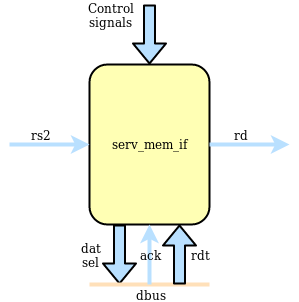
olofk/serv keeps this draw.io diagram as doc/serv_mem_if.png. Above is the earlier version. Source tidied: cells renumbered, new cells last; positions are measured from the earlier drawing's top-left corner, leaving out a move shared by most shapes. The source it was exported from:
```xml
<mxGraphModel>
  <root>
    <mxCell id="0" />
    <mxCell id="1" parent="0" />
    <mxCell id="2" value="serv_mem_if" style="rounded=1;whiteSpace=wrap;html=1;fillColor=#FFFFb4;strokeWidth=2;fontFamily=Helvetica;" parent="1" vertex="1">
      <mxGeometry x="80" y="60" width="120" height="160" as="geometry" />
    </mxCell>
    <mxCell id="3" style="shape=flexArrow;endArrow=classic;html=1;strokeColor=#000000;strokeWidth=2;fontFamily=Helvetica;fillColor=#b9e0FF;exitX=0.25;exitY=1;exitDx=0;exitDy=0;" parent="1" edge="1" source="2">
      <mxGeometry relative="1" as="geometry">
        <mxPoint x="110" y="280" as="targetPoint" />
      </mxGeometry>
    </mxCell>
    <mxCell id="4" value="&lt;div&gt;dat&lt;/div&gt;&lt;div&gt;sel&lt;br&gt;&lt;/div&gt;" style="text;html=1;align=center;verticalAlign=middle;labelBackgroundColor=#ffffff;fontFamily=Helvetica;" parent="3" vertex="1">
      <mxGeometry x="-0.62" y="-6" relative="1" as="geometry">
        <mxPoint x="-24" y="19" as="offset" />
      </mxGeometry>
    </mxCell>
    <mxCell id="5" style="endArrow=classic;html=1;fontFamily=Helvetica;strokeColor=#B9E0FF;strokeWidth=4;exitX=1;exitY=0.5;exitDx=0;exitDy=0;" parent="1" edge="1" source="2">
      <mxGeometry relative="1" as="geometry">
        <mxPoint x="280" y="140" as="targetPoint" />
      </mxGeometry>
    </mxCell>
    <mxCell id="6" value="rd" style="text;html=1;align=center;verticalAlign=middle;labelBackgroundColor=none;fontFamily=Helvetica;" parent="5" vertex="1">
      <mxGeometry x="0.55" y="-5" relative="1" as="geometry">
        <mxPoint x="-32" y="-15" as="offset" />
      </mxGeometry>
    </mxCell>
    <mxCell id="7" style="endArrow=classic;html=1;fontFamily=Helvetica;strokeColor=#B9E0FF;strokeWidth=4;entryX=0;entryY=0.5;entryDx=0;entryDy=0;" parent="1" edge="1" target="2">
      <mxGeometry relative="1" as="geometry">
        <mxPoint y="140" as="sourcePoint" />
      </mxGeometry>
    </mxCell>
    <mxCell id="8" value="rs2" style="text;html=1;align=center;verticalAlign=middle;labelBackgroundColor=none;fontFamily=Helvetica;" parent="7" vertex="1">
      <mxGeometry x="0.55" y="-5" relative="1" as="geometry">
        <mxPoint x="-32" y="-15" as="offset" />
      </mxGeometry>
    </mxCell>
    <mxCell id="9" style="endArrow=none;html=1;strokeColor=#FFE0B9;strokeWidth=4;fillColor=#b9e0FF;fontFamily=Helvetica;" parent="1" edge="1">
      <mxGeometry relative="1" as="geometry">
        <mxPoint x="80" y="280" as="sourcePoint" />
        <mxPoint x="200" y="280" as="targetPoint" />
      </mxGeometry>
    </mxCell>
    <mxCell id="10" value="dbus" style="text;html=1;align=center;verticalAlign=middle;labelBackgroundColor=#ffffff;fontFamily=Helvetica;" parent="9" vertex="1">
      <mxGeometry x="-0.48" relative="1" as="geometry">
        <mxPoint x="29" y="10" as="offset" />
      </mxGeometry>
    </mxCell>
    <mxCell id="11" style="shape=flexArrow;endArrow=classic;html=1;strokeColor=#000000;strokeWidth=2;fontFamily=Helvetica;fillColor=#b9e0FF;entryX=0.5;entryY=0;entryDx=0;entryDy=0;" parent="1" edge="1" target="2">
      <mxGeometry relative="1" as="geometry">
        <mxPoint x="140" as="sourcePoint" />
      </mxGeometry>
    </mxCell>
    <mxCell id="12" value="&lt;div&gt;Control&lt;/div&gt;&lt;div&gt;signals&lt;/div&gt;" style="text;html=1;align=center;verticalAlign=middle;labelBackgroundColor=#ffffff;fontFamily=Helvetica;" parent="11" vertex="1">
      <mxGeometry x="-0.62" y="-6" relative="1" as="geometry">
        <mxPoint x="-34" y="-1" as="offset" />
      </mxGeometry>
    </mxCell>
    <mxCell id="13" style="shape=flexArrow;endArrow=classic;html=1;strokeColor=#000000;strokeWidth=2;fontFamily=Helvetica;fillColor=#b9e0FF;entryX=0.75;entryY=1;entryDx=0;entryDy=0;" parent="1" edge="1" target="2">
      <mxGeometry relative="1" as="geometry">
        <mxPoint x="170" y="280" as="sourcePoint" />
      </mxGeometry>
    </mxCell>
    <mxCell id="14" value="rdt" style="text;html=1;align=center;verticalAlign=middle;labelBackgroundColor=#ffffff;fontFamily=Helvetica;" parent="13" vertex="1">
      <mxGeometry x="-0.62" y="-6" relative="1" as="geometry">
        <mxPoint x="14" y="-19" as="offset" />
      </mxGeometry>
    </mxCell>
    <mxCell id="15" style="endArrow=classic;html=1;fontFamily=Helvetica;strokeColor=#B9E0FF;strokeWidth=4;entryX=0.5;entryY=1;entryDx=0;entryDy=0;" parent="1" edge="1" target="2">
      <mxGeometry relative="1" as="geometry">
        <mxPoint x="140" y="280" as="sourcePoint" />
      </mxGeometry>
    </mxCell>
    <mxCell id="16" value="ack" style="text;html=1;align=center;verticalAlign=middle;labelBackgroundColor=none;fontFamily=Helvetica;" parent="15" vertex="1">
      <mxGeometry x="0.55" y="-5" relative="1" as="geometry">
        <mxPoint x="-5" y="17" as="offset" />
      </mxGeometry>
    </mxCell>
  </root>
</mxGraphModel>
```
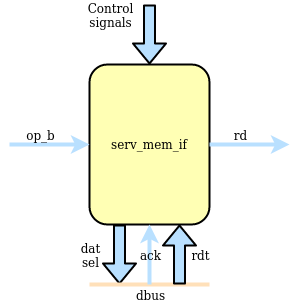
Above is the later version.

Diff of the diagram source:
```diff
@@ -30,7 +30,7 @@
         <mxPoint y="140" as="sourcePoint" />
       </mxGeometry>
     </mxCell>
-    <mxCell id="8" value="rs2" style="text;html=1;align=center;verticalAlign=middle;labelBackgroundColor=none;fontFamily=Helvetica;" parent="7" vertex="1">
+    <mxCell id="8" value="op_b" style="text;html=1;align=center;verticalAlign=middle;labelBackgroundColor=none;fontFamily=Helvetica;" parent="7" vertex="1">
       <mxGeometry x="0.55" y="-5" relative="1" as="geometry">
         <mxPoint x="-32" y="-15" as="offset" />
       </mxGeometry>
```
